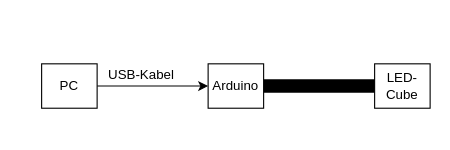
Above: Dokumentation/Hardwareschnittstellen.drawio in 3raymon/LedCube_4PMSwEng_HSR (draw.io), before the change. Source tidied: cells renumbered, new cells numbered last; positions are measured from the earlier drawing's top-left corner, leaving out a move shared by most shapes. Both pictures are drawn from the tidied source at 111%, with x=0, y=0 at pixel (41, 63).
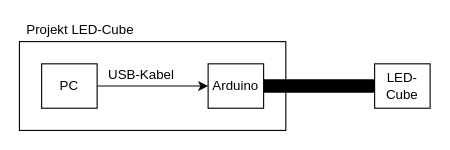
The same diagram, later.

Commit message (it also covers changes not shown here):
Systemgrenze angepasst

Diff of the diagram source:
```diff
@@
 <mxGraphModel>
   <root>
     <mxCell id="0" />
     <mxCell id="1" parent="0" />
     <mxCell id="2" style="edgeStyle=orthogonalEdgeStyle;rounded=0;jettySize=auto;html=1;" parent="1" edge="1" source="3" target="4">
       <mxGeometry relative="1" as="geometry" />
     </mxCell>
     <mxCell id="3" value="PC" style="rounded=0;whiteSpace=wrap;html=1;" parent="1" vertex="1">
       <mxGeometry width="50" height="40" as="geometry" />
     </mxCell>
     <mxCell id="4" value="Arduino" style="rounded=0;whiteSpace=wrap;html=1;" parent="1" vertex="1">
       <mxGeometry x="150" width="50" height="40" as="geometry" />
     </mxCell>
     <mxCell id="5" value="LED-Cube" style="rounded=0;whiteSpace=wrap;html=1;" parent="1" vertex="1">
       <mxGeometry x="300" width="50" height="40" as="geometry" />
     </mxCell>
     <mxCell id="6" value="USB-Kabel" style="text;html=1;strokeColor=none;fillColor=none;align=center;verticalAlign=middle;whiteSpace=wrap;rounded=0;" parent="1" vertex="1">
       <mxGeometry x="50" width="80" height="20" as="geometry" />
     </mxCell>
     <mxCell id="7" style="endArrow=none;html=1;exitX=1;exitY=0.5;exitDx=0;exitDy=0;entryX=0;entryY=0.5;entryDx=0;entryDy=0;strokeWidth=12;" parent="1" edge="1" source="4" target="5">
       <mxGeometry relative="1" as="geometry" />
     </mxCell>
+    <mxCell id="8" style="rounded=0;whiteSpace=wrap;html=1;fillColor=none;" parent="1" vertex="1">
+      <mxGeometry x="-20" y="-20" width="240" height="80" as="geometry" />
+    </mxCell>
+    <mxCell id="9" value="Projekt LED-Cube" style="text;html=1;strokeColor=none;fillColor=none;align=center;verticalAlign=middle;whiteSpace=wrap;rounded=0;" parent="1" vertex="1">
+      <mxGeometry x="-20" y="-40" width="110" height="20" as="geometry" />
+    </mxCell>
   </root>
 </mxGraphModel>
```
